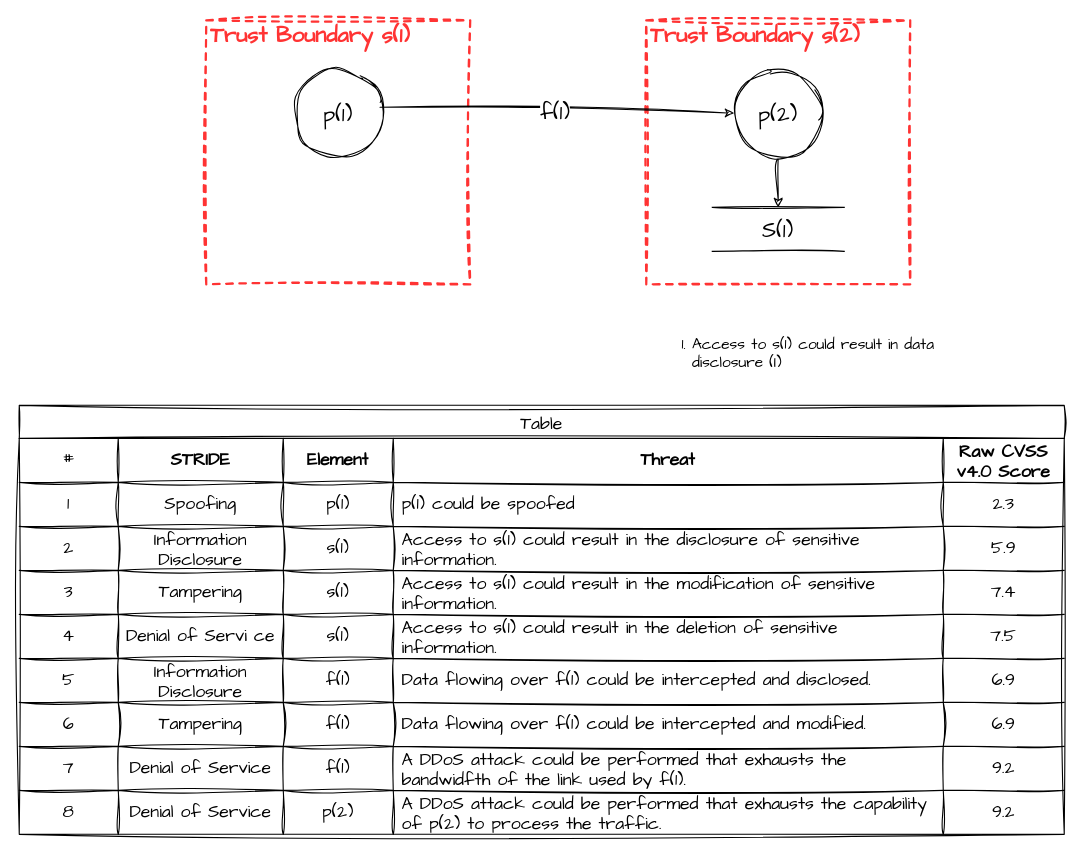
Before: threat-model-76709aca-15c3-4c09-a234-aa7a41e012bc.drawio in Jim-Sweeting/Drawio, a draw.io diagram. Source tidied: cells renumbered, new cells numbered last; positions are measured from the earlier drawing's top-left corner, leaving out a move shared by most shapes. Both pictures are drawn from the tidied source at 110%, with x=0, y=0 at pixel (19, 20).
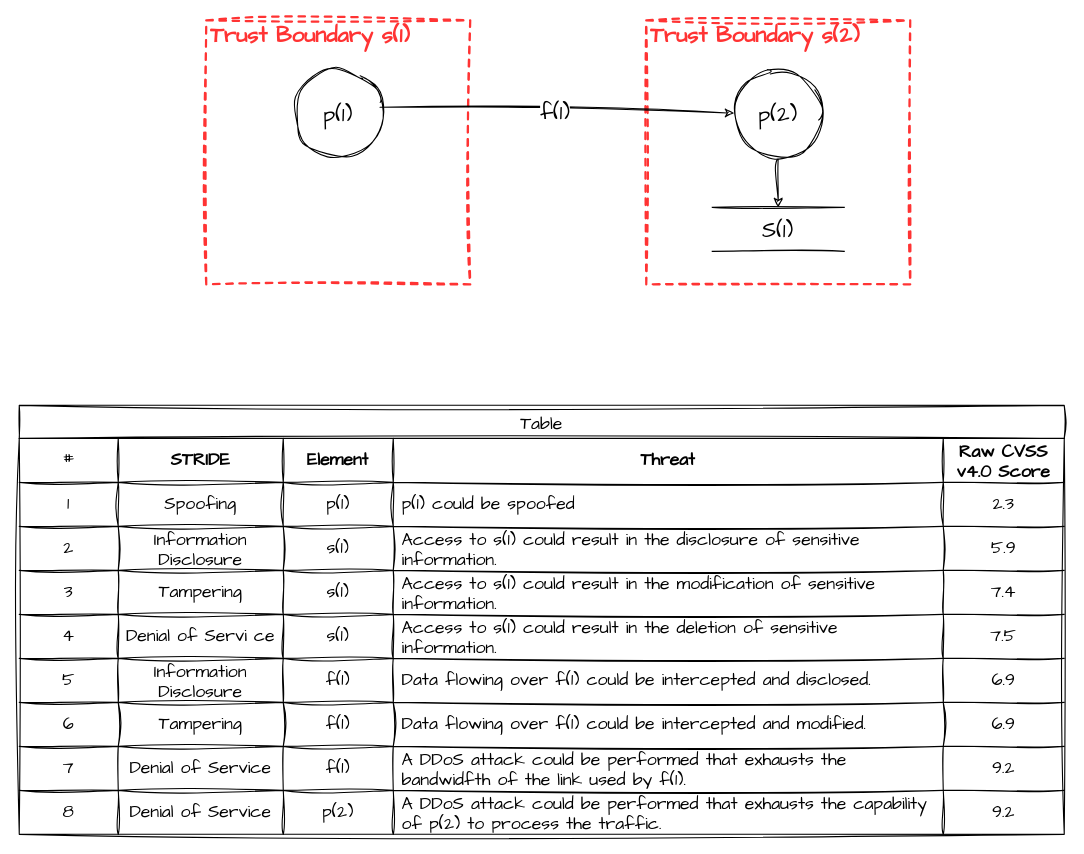
The same page after the edit.

Commit message:
Removed extraneous text

Diff of the diagram source:
```diff
@@
-    <mxCell id="9" value="&lt;div&gt;&lt;br&gt;&lt;/div&gt;&lt;ol style=&quot;font-size: 14px;&quot;&gt;&lt;li style=&quot;font-size: 14px;&quot;&gt;Access to s(1) could result in data disclosure (I)&lt;/li&gt;&lt;/ol&gt;" style="text;html=1;strokeColor=none;fillColor=none;align=left;verticalAlign=middle;whiteSpace=wrap;rounded=0;fontSize=14;fontFamily=Architects Daughter;" parent="1" vertex="1">
-      <mxGeometry x="570" y="280" width="300" height="30" as="geometry" />
-    </mxCell>
```
